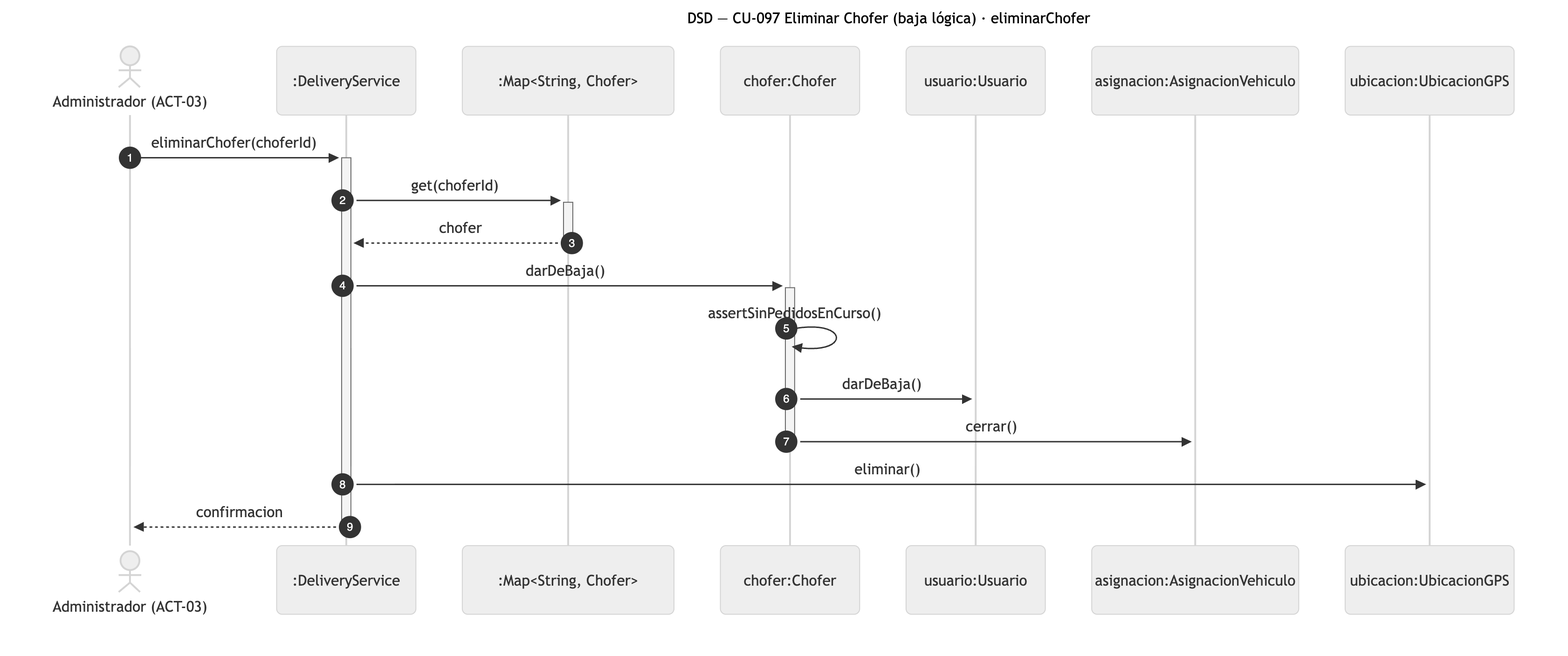
Nahuelito-Dev/splg-docs keeps this Mermaid diagram as diagramas/png/DSD_CU-097_eliminarChofer.png. Above is the earlier version. Its source is kept beside it as diagramas/DSD_CU-097_eliminarChofer.mmd.
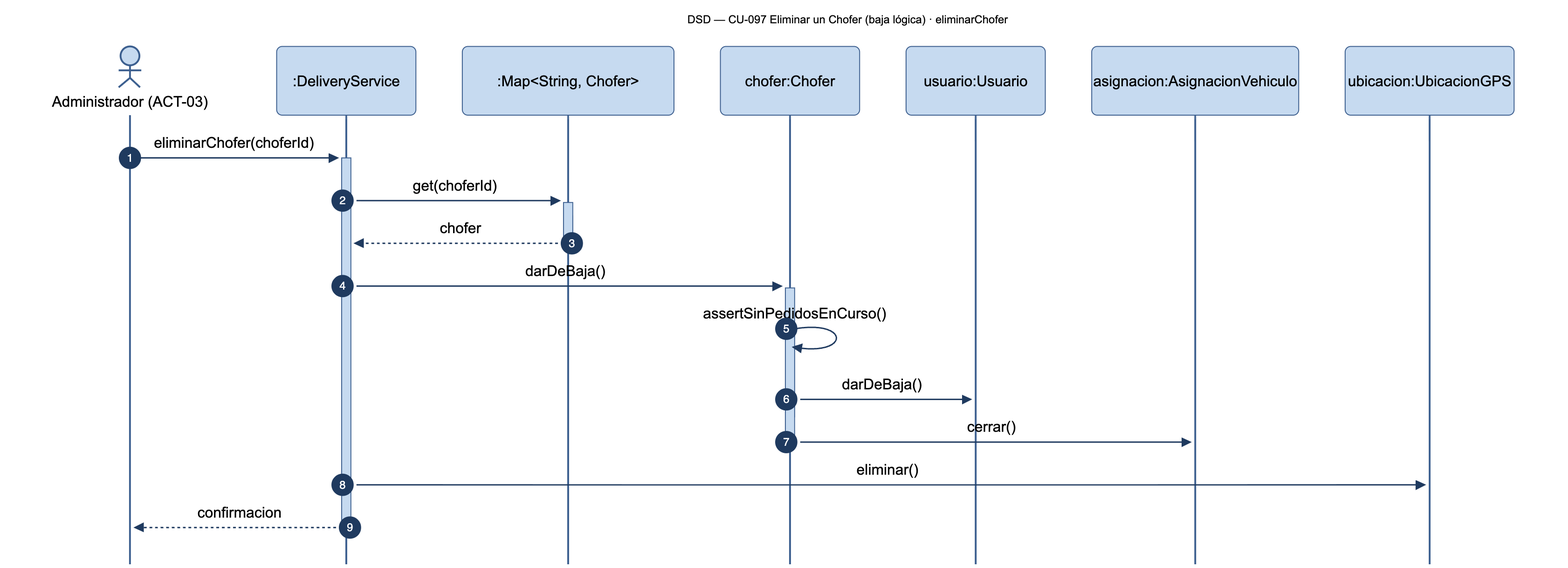
After the change.

What changed in the source:
```diff
@@ -1,5 +1,5 @@
 sequenceDiagram
-    title DSD — CU-097 Eliminar Chofer (baja lógica) · eliminarChofer
+    title DSD — CU-097 Eliminar un Chofer (baja lógica) · eliminarChofer
     autonumber
     actor ADM as Administrador (ACT-03)
     participant SRV as :DeliveryService
```
